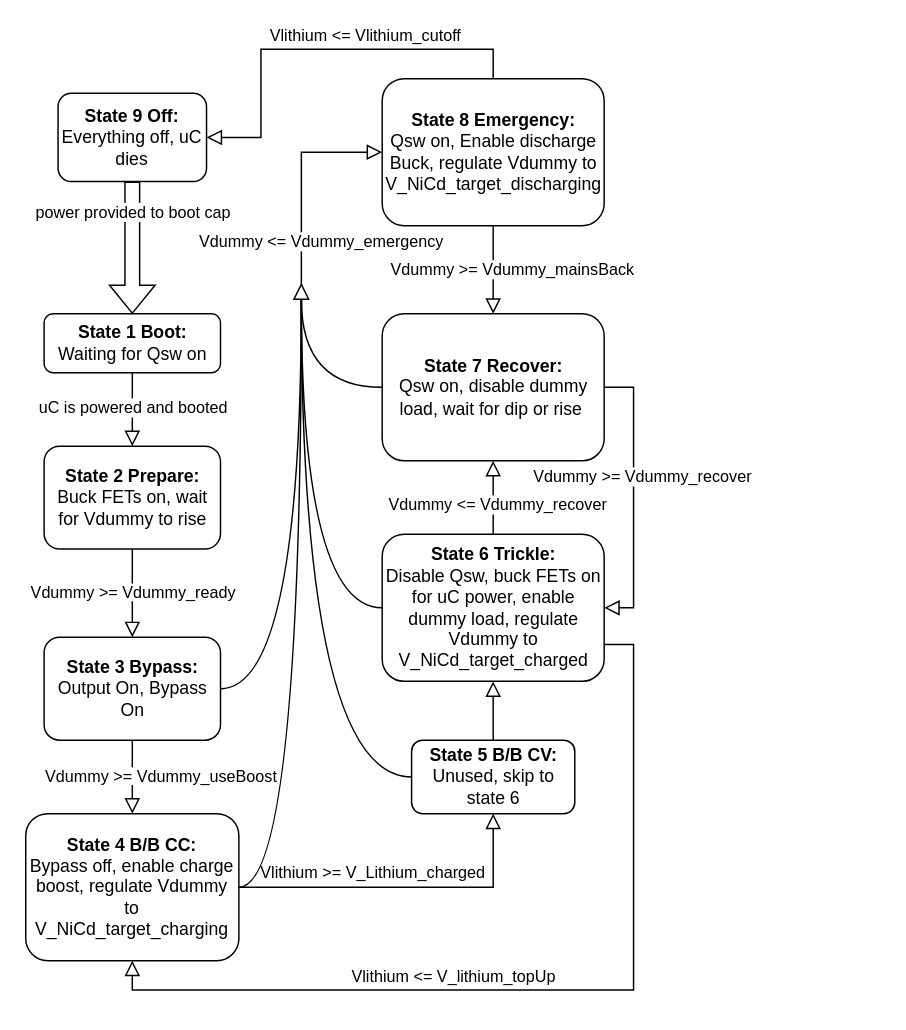
Earlier version of the draw.io diagram 203IntefaceFlowchart.drawio (BStainthorpe/Flowcharts). Source tidied: cells renumbered, new cells numbered last; positions are measured from the earlier drawing's top-left corner, leaving out a move shared by most shapes. Both pictures are drawn from the tidied source at 147%, with x=0, y=0 at pixel (25, 49).
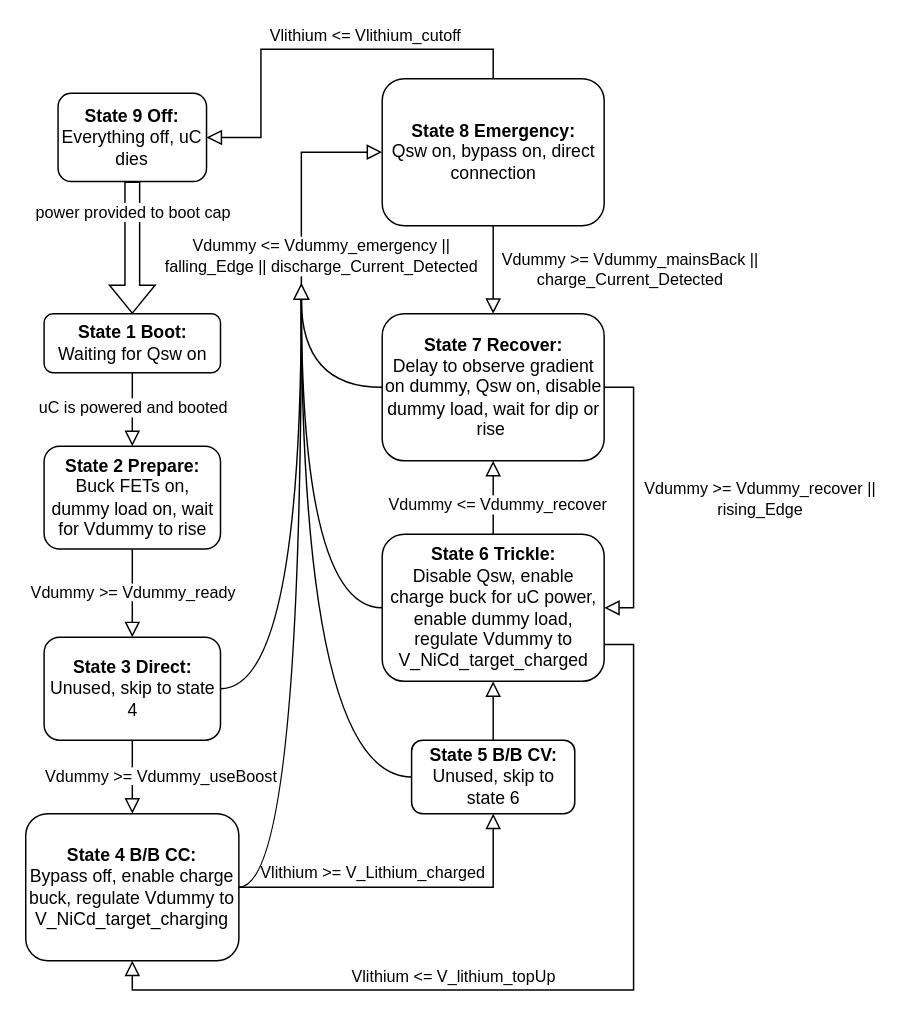
After the change.

Unchanged cells that the change refers to:
```xml
<mxCell id="21" style="rounded=0;html=1;jettySize=auto;fontSize=11;endArrow=block;endFill=0;endSize=8;strokeWidth=1;shadow=0;labelBackgroundColor=none;edgeStyle=orthogonalEdgeStyle;entryX=0;entryY=0.5;entryDx=0;entryDy=0;exitX=1;exitY=0.5;exitDx=0;exitDy=0;" parent="1" edge="1" source="15" target="20">
  <mxGeometry x="0.04" y="20" relative="1" as="geometry" />
</mxCell>
<mxCell id="29" style="rounded=0;html=1;jettySize=auto;fontSize=11;endArrow=block;endFill=0;endSize=8;strokeWidth=1;shadow=0;labelBackgroundColor=none;edgeStyle=orthogonalEdgeStyle;entryX=0.5;entryY=0;entryDx=0;entryDy=0;exitX=0.5;exitY=1;exitDx=0;exitDy=0;" parent="1" edge="1" source="20" target="14">
  <mxGeometry x="0.04" y="20" relative="1" as="geometry" />
</mxCell>
<mxCell id="31" style="rounded=0;html=1;jettySize=auto;fontSize=11;endArrow=block;endFill=0;endSize=8;strokeWidth=1;shadow=0;labelBackgroundColor=none;edgeStyle=orthogonalEdgeStyle;entryX=1;entryY=0.5;entryDx=0;entryDy=0;exitX=1;exitY=0.5;exitDx=0;exitDy=0;" parent="1" edge="1" source="14" target="12">
  <mxGeometry x="0.04" y="20" relative="1" as="geometry" />
</mxCell>
```

What changed in the source:
```diff
@@
-    <mxCell id="7" value="&lt;b&gt;State 2 Prepare:&lt;/b&gt;&lt;div&gt;Buck FETs on, wait for Vdummy to rise&lt;/div&gt;" style="rounded=1;whiteSpace=wrap;html=1;fontSize=12;glass=0;strokeWidth=1;shadow=0;" parent="1" vertex="1">
+    <mxCell id="7" value="&lt;b&gt;State 2 Prepare:&lt;/b&gt;&lt;div&gt;Buck FETs on, dummy load on, wait for Vdummy to rise&lt;/div&gt;" style="rounded=1;whiteSpace=wrap;html=1;fontSize=12;glass=0;strokeWidth=1;shadow=0;" parent="1" vertex="1">
       <mxGeometry x="12.5" y="270" width="120" height="70" as="geometry" />
     </mxCell>
-    <mxCell id="8" value="&lt;b&gt;State 3 Bypass:&lt;/b&gt;&lt;div&gt;Output On, Bypass On&lt;/div&gt;" style="rounded=1;whiteSpace=wrap;html=1;fontSize=12;glass=0;strokeWidth=1;shadow=0;" parent="1" vertex="1">
+    <mxCell id="8" value="&lt;b&gt;State 3 Direct:&lt;/b&gt;&lt;div&gt;Unused, skip to state 4&lt;/div&gt;" style="rounded=1;whiteSpace=wrap;html=1;fontSize=12;glass=0;strokeWidth=1;shadow=0;" parent="1" vertex="1">
       <mxGeometry x="12.5" y="400" width="120" height="70" as="geometry" />
     </mxCell>
-    <mxCell id="9" value="&lt;b&gt;State 4 B/B CC:&lt;/b&gt;&lt;div&gt;Bypass off, enable charge boost, regulate Vdummy to V_NiCd_target_charging&lt;/div&gt;" style="rounded=1;whiteSpace=wrap;html=1;fontSize=12;glass=0;strokeWidth=1;shadow=0;" parent="1" vertex="1">
+    <mxCell id="9" value="&lt;b&gt;State 4 B/B CC:&lt;/b&gt;&lt;div&gt;Bypass off, enable charge buck, regulate Vdummy to V_NiCd_target_charging&lt;/div&gt;" style="rounded=1;whiteSpace=wrap;html=1;fontSize=12;glass=0;strokeWidth=1;shadow=0;" parent="1" vertex="1">
       <mxGeometry y="520" width="145" height="100" as="geometry" />
     </mxCell>
@@
-    <mxCell id="12" value="&lt;b&gt;State 6 Trickle:&lt;/b&gt;&lt;div&gt;Disable Qsw, buck FETs on for uC power, enable dummy load, regulate Vdummy to V_NiCd_target_charged&lt;/div&gt;" style="rounded=1;whiteSpace=wrap;html=1;fontSize=12;glass=0;strokeWidth=1;shadow=0;" parent="1" vertex="1">
+    <mxCell id="12" value="&lt;b&gt;State 6 Trickle:&lt;/b&gt;&lt;div&gt;Disable Qsw, enable charge buck for uC power, enable dummy load, regulate Vdummy to V_NiCd_target_charged&lt;/div&gt;" style="rounded=1;whiteSpace=wrap;html=1;fontSize=12;glass=0;strokeWidth=1;shadow=0;" parent="1" vertex="1">
       <mxGeometry x="242.5" y="330" width="151" height="100" as="geometry" />
     </mxCell>
@@
-    <mxCell id="14" value="&lt;b&gt;State 7 Recover:&lt;/b&gt;&lt;div&gt;Qsw on, disable dummy load, wait for dip or rise&amp;nbsp;&lt;/div&gt;" style="rounded=1;whiteSpace=wrap;html=1;fontSize=12;glass=0;strokeWidth=1;shadow=0;" parent="1" vertex="1">
+    <mxCell id="14" value="&lt;b&gt;State 7 Recover:&lt;/b&gt;&lt;div&gt;Delay to observe gradient on dummy, Qsw on, disable dummy load, wait for dip or rise&amp;nbsp;&lt;br&gt;&lt;/div&gt;" style="rounded=1;whiteSpace=wrap;html=1;fontSize=12;glass=0;strokeWidth=1;shadow=0;" parent="1" vertex="1">
       <mxGeometry x="242.5" y="180" width="151" height="100" as="geometry" />
     </mxCell>
@@
-    <mxCell id="20" value="&lt;b&gt;State 8 Emergency:&lt;/b&gt;&lt;div&gt;Qsw on, Enable discharge Buck, regulate Vdummy to V_NiCd_target_discharging&lt;/div&gt;" style="rounded=1;whiteSpace=wrap;html=1;fontSize=12;glass=0;strokeWidth=1;shadow=0;" parent="1" vertex="1">
+    <mxCell id="20" value="&lt;b&gt;State 8 Emergency:&lt;/b&gt;&lt;div&gt;Qsw on, bypass on, direct connection&lt;/div&gt;" style="rounded=1;whiteSpace=wrap;html=1;fontSize=12;glass=0;strokeWidth=1;shadow=0;" parent="1" vertex="1">
       <mxGeometry x="242.5" y="20" width="151" height="100" as="geometry" />
     </mxCell>
@@
-    <mxCell id="22" value="Vdummy &amp;lt;= Vdummy_emergency" style="edgeLabel;html=1;align=center;verticalAlign=middle;" parent="21" vertex="1">
+    <mxCell id="22" value="Vdummy &amp;lt;= Vdummy_emergency ||&lt;div&gt;falling_Edge || discharge_Current_Detected&lt;/div&gt;" style="edgeLabel;html=1;align=center;verticalAlign=middle;" parent="21" vertex="1">
       <mxGeometry x="-0.09" relative="1" as="geometry">
-        <mxPoint x="13" y="36" as="offset" />
+        <mxPoint x="13" y="46" as="offset" />
       </mxGeometry>
     </mxCell>
@@
-    <mxCell id="30" value="Vdummy &amp;gt;= Vdummy_mainsBack" style="edgeLabel;html=1;align=center;verticalAlign=middle;" parent="29" vertex="1">
+    <mxCell id="30" value="Vdummy &amp;gt;= Vdummy_mainsBack ||&lt;div&gt;charge_Current_Detected&lt;/div&gt;" style="edgeLabel;html=1;align=center;verticalAlign=middle;" parent="29" vertex="1">
       <mxGeometry x="-0.09" relative="1" as="geometry">
-        <mxPoint x="12" y="2" as="offset" />
+        <mxPoint x="92" y="2" as="offset" />
       </mxGeometry>
     </mxCell>
@@
-    <mxCell id="32" value="Vdummy &amp;gt;= Vdummy_recover&amp;nbsp;" style="edgeLabel;html=1;align=center;verticalAlign=middle;" parent="31" vertex="1">
+    <mxCell id="32" value="Vdummy &amp;gt;= Vdummy_recover ||&amp;nbsp;&lt;div&gt;rising_Edge&amp;nbsp;&lt;/div&gt;" style="edgeLabel;html=1;align=center;verticalAlign=middle;" parent="31" vertex="1">
       <mxGeometry x="-0.09" relative="1" as="geometry">
-        <mxPoint x="7" y="-6" as="offset" />
+        <mxPoint x="87" y="9" as="offset" />
       </mxGeometry>
     </mxCell>
```
